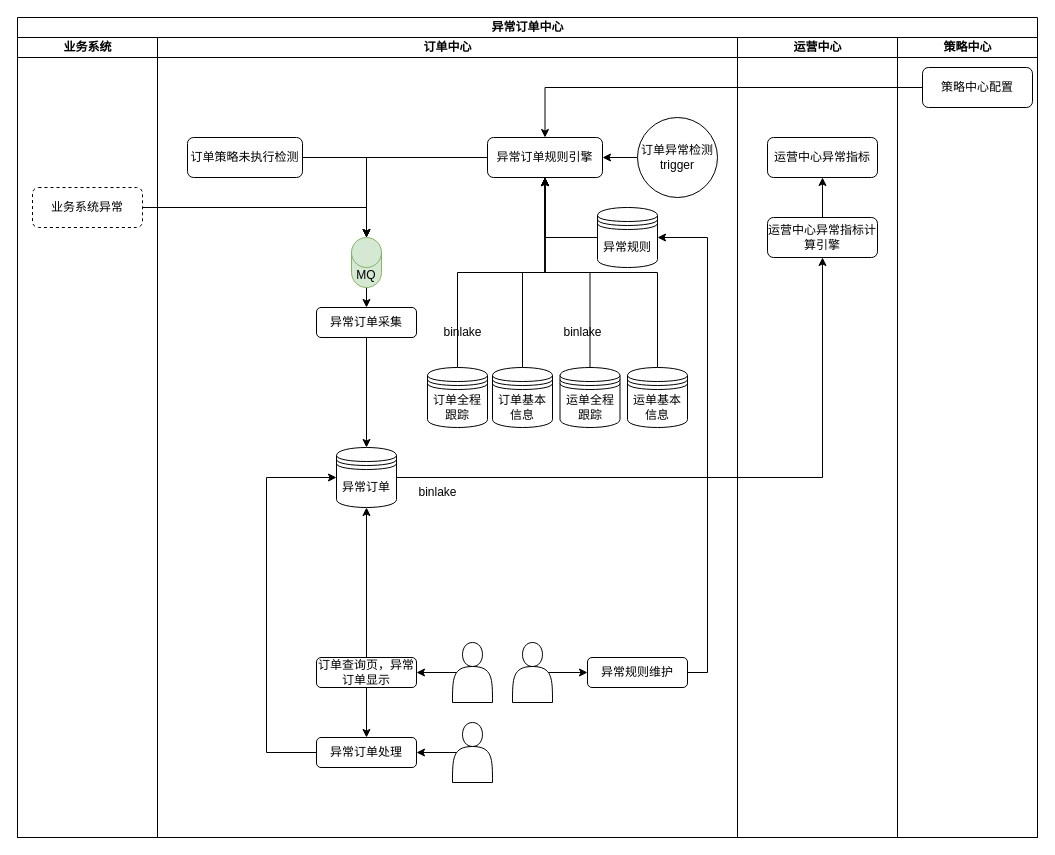
Before: page "订单异常中心" (35 of 35) of Untitled Diagram.drawio in lixintao03/lixintao.github.io, a draw.io diagram. Source tidied: cells renumbered, new cells numbered last; positions are measured from the earlier drawing's top-left corner, leaving out a move shared by most shapes. Both pictures are drawn from the tidied source at 100%, with x=0, y=0 at pixel (17, 17).
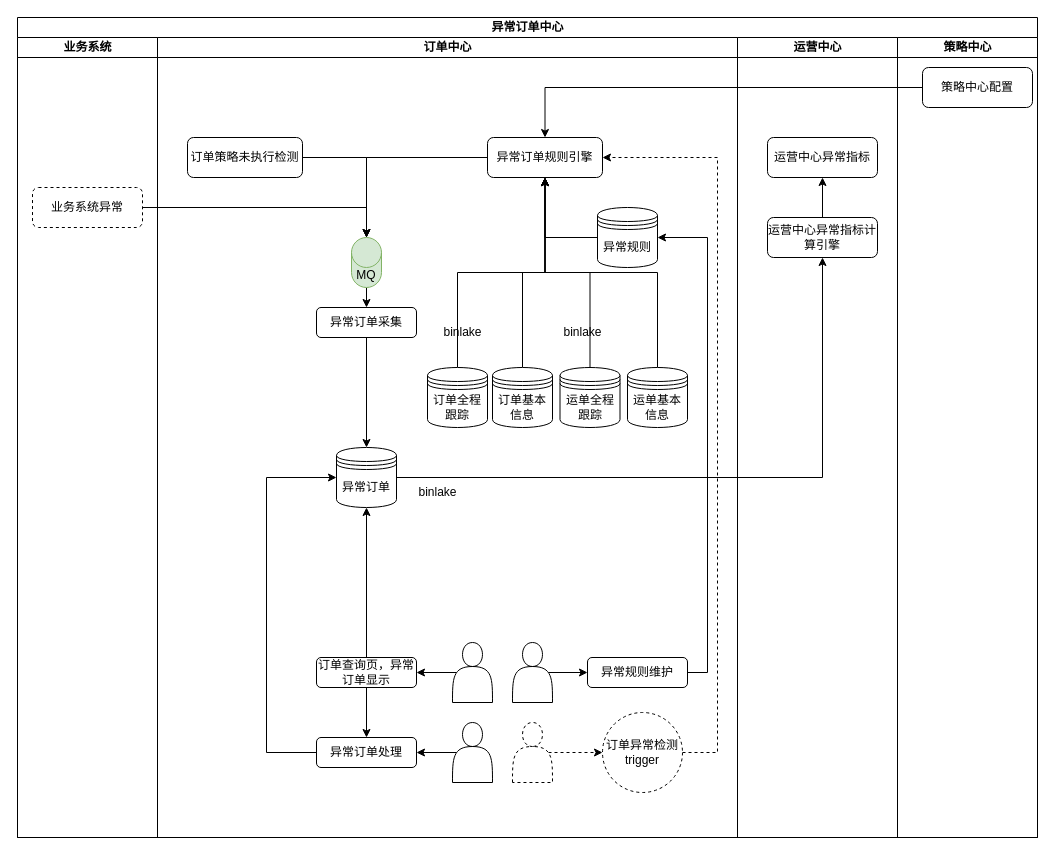
After the change.

The change refers to these unchanged cells:
```xml
<mxCell id="6" value="订单中心" style="swimlane;startSize=20;html=1;" parent="2" vertex="1">
  <mxGeometry x="140" y="20" width="580" height="800" as="geometry" />
</mxCell>
<mxCell id="12" value="异常订单规则引擎" style="rounded=1;whiteSpace=wrap;html=1;" parent="6" vertex="1">
  <mxGeometry x="330" y="100" width="115" height="40" as="geometry" />
</mxCell>
```

Diff of the diagram source:
```diff
@@
-    <mxCell id="40" style="edgeStyle=orthogonalEdgeStyle;rounded=0;jettySize=auto;html=1;exitX=0;exitY=0.5;exitDx=0;exitDy=0;entryX=1;entryY=0.5;entryDx=0;entryDy=0;fontSize=12;" parent="6" edge="1" source="41" target="12">
-      <mxGeometry relative="1" as="geometry" />
+    <mxCell id="40" style="edgeStyle=orthogonalEdgeStyle;rounded=0;jettySize=auto;html=1;exitX=1;exitY=0.5;exitDx=0;exitDy=0;entryX=1;entryY=0.5;entryDx=0;entryDy=0;fontSize=12;dashed=1;" parent="6" edge="1" source="41" target="12">
+      <mxGeometry relative="1" as="geometry">
+        <Array as="points">
+          <mxPoint x="560" y="715" />
+          <mxPoint x="560" y="120" />
+        </Array>
+      </mxGeometry>
     </mxCell>
-    <mxCell id="41" value="订单异常检测trigger" style="ellipse;whiteSpace=wrap;html=1;fontSize=12;" parent="6" vertex="1">
-      <mxGeometry x="480" y="80" width="80" height="80" as="geometry" />
+    <mxCell id="41" value="订单异常检测trigger" style="ellipse;whiteSpace=wrap;html=1;fontSize=12;dashed=1;" parent="6" vertex="1">
+      <mxGeometry x="445" y="675" width="80" height="80" as="geometry" />
     </mxCell>
@@
+    <mxCell id="52" style="edgeStyle=orthogonalEdgeStyle;rounded=0;jettySize=auto;html=1;exitX=0.9;exitY=0.5;exitDx=0;exitDy=0;exitPerimeter=0;entryX=0;entryY=0.5;entryDx=0;entryDy=0;fontSize=11;dashed=1;" parent="6" edge="1" source="53" target="41">
+      <mxGeometry relative="1" as="geometry" />
+    </mxCell>
+    <mxCell id="53" style="shape=actor;whiteSpace=wrap;html=1;fontSize=12;dashed=1;" parent="6" vertex="1">
+      <mxGeometry x="355" y="685" width="40" height="60" as="geometry" />
+    </mxCell>
```
